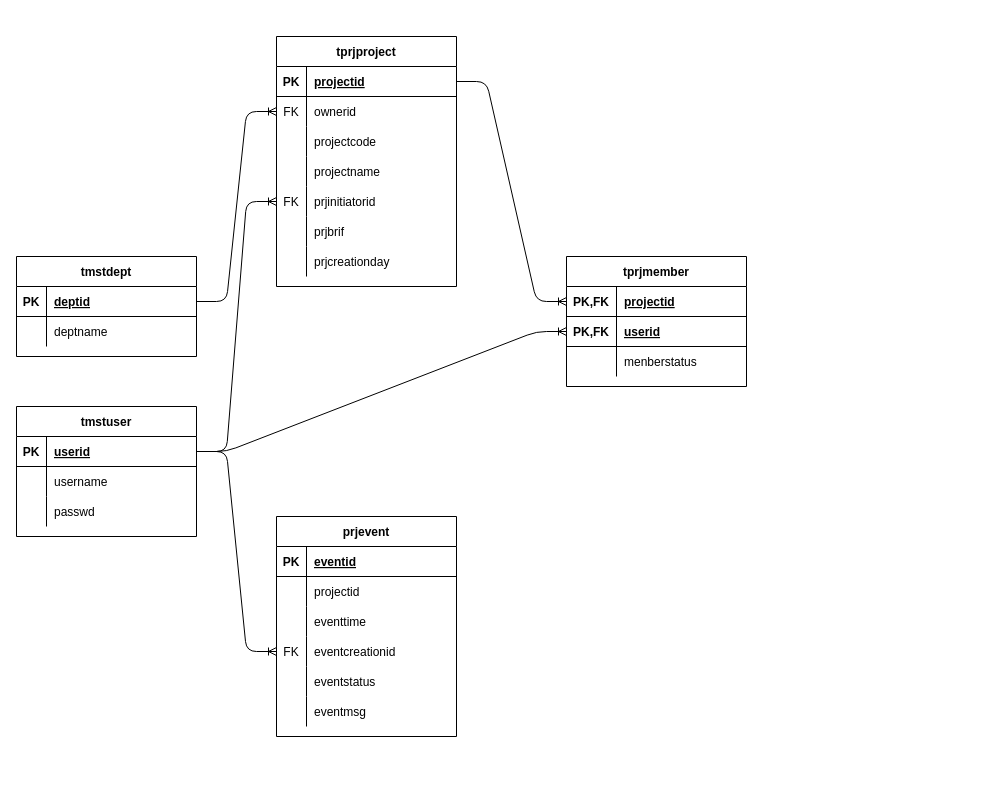
Above: design/ER.drawio in DozingWolf/projectEventSystem (draw.io), before the change. Source tidied: cells renumbered, new cells numbered last; positions are measured from the earlier drawing's top-left corner, leaving out a move shared by most shapes. Both pictures are drawn from the tidied source at 100%, with x=0, y=0 at pixel (16, 36).
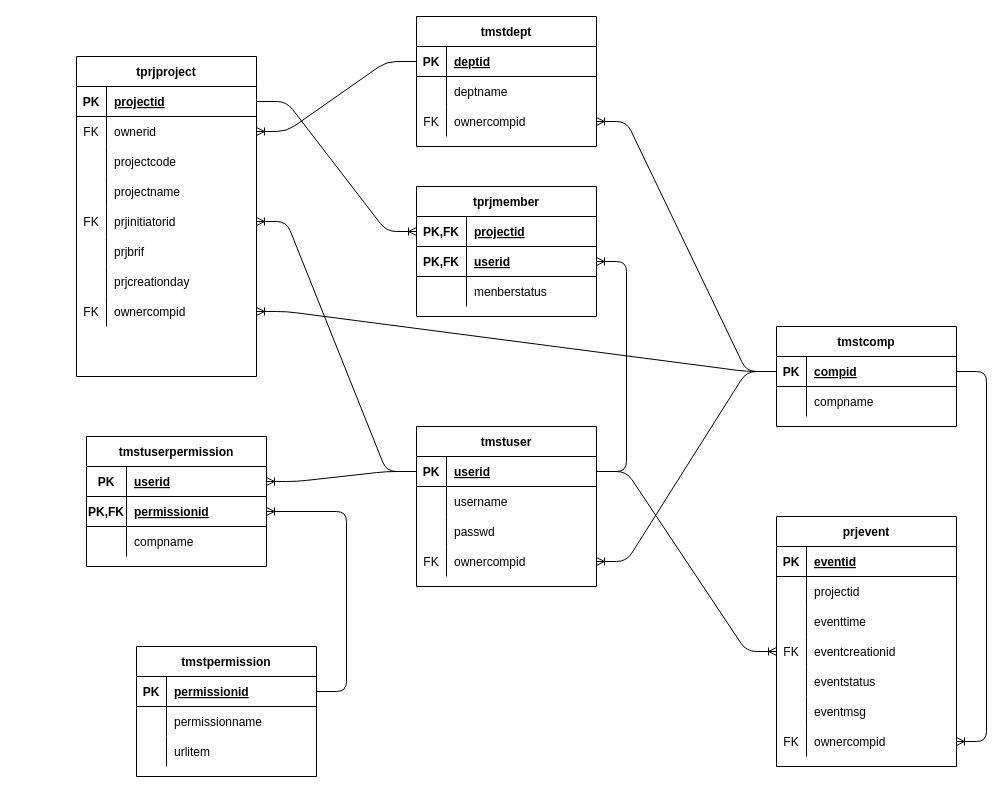
After the change.

Commit message:
ER模型增加货主

后续逐步在系统中增加货主功能

The change refers to these unchanged cells:
```xml
<mxCell id="3" style="shape=partialRectangle;fillColor=none;top=0;left=0;bottom=1;right=0;points=[[0,0.5],[1,0.5]];portConstraint=eastwest;" parent="2" vertex="1">
  <mxGeometry y="30" width="180" height="30" as="geometry" />
</mxCell>
```

The edit, as a diff of the source:
```diff
@@
     <mxCell id="2" value="tmstuser" style="shape=table;startSize=30;childLayout=tableLayout;rowLines=0;fontStyle=1;align=center;swimlaneFillColor=default;" parent="1" vertex="1">
-      <mxGeometry y="370" width="180" height="130" as="geometry" />
+      <mxGeometry x="400" y="390" width="180" height="160" as="geometry" />
     </mxCell>
@@
+    <mxCell id="75" style="shape=partialRectangle;fillColor=none;top=0;left=0;bottom=0;right=0;points=[[0,0.5],[1,0.5]];portConstraint=eastwest;" parent="2" vertex="1">
+      <mxGeometry y="120" width="180" height="30" as="geometry" />
+    </mxCell>
+    <mxCell id="76" value="FK" style="shape=partialRectangle;fillColor=none;top=0;left=0;bottom=0;right=0;overflow=hidden;" parent="75" vertex="1">
+      <mxGeometry width="30" height="30" as="geometry" />
+    </mxCell>
+    <mxCell id="77" value="ownercompid" style="shape=partialRectangle;fillColor=none;top=0;left=0;bottom=0;right=0;align=left;spacingLeft=6;overflow=hidden;" parent="75" vertex="1">
+      <mxGeometry x="30" width="150" height="30" as="geometry" />
+    </mxCell>
     <mxCell id="12" value="tmstdept" style="shape=table;startSize=30;childLayout=tableLayout;rowLines=0;fontStyle=1;align=center;swimlaneFillColor=default;" parent="1" vertex="1">
-      <mxGeometry y="220" width="180" height="100" as="geometry" />
+      <mxGeometry x="400" y="-20" width="180" height="130" as="geometry" />
     </mxCell>
@@
+    <mxCell id="78" style="shape=partialRectangle;fillColor=none;top=0;left=0;bottom=0;right=0;points=[[0,0.5],[1,0.5]];portConstraint=eastwest;" parent="12" vertex="1">
+      <mxGeometry y="90" width="180" height="30" as="geometry" />
+    </mxCell>
+    <mxCell id="79" value="FK" style="shape=partialRectangle;fillColor=none;top=0;left=0;bottom=0;right=0;overflow=hidden;" parent="78" vertex="1">
+      <mxGeometry width="30" height="30" as="geometry" />
+    </mxCell>
+    <mxCell id="80" value="ownercompid" style="shape=partialRectangle;fillColor=none;top=0;left=0;bottom=0;right=0;align=left;spacingLeft=6;overflow=hidden;" parent="78" vertex="1">
+      <mxGeometry x="30" width="150" height="30" as="geometry" />
+    </mxCell>
     <mxCell id="19" value="tprjproject" style="shape=table;startSize=30;childLayout=tableLayout;rowLines=0;fontStyle=1;align=center;swimlaneFillColor=default;" parent="1" vertex="1">
-      <mxGeometry x="260" width="180" height="250" as="geometry" />
+      <mxGeometry x="60" y="20" width="180" height="320" as="geometry" />
     </mxCell>
@@
+    <mxCell id="81" style="shape=partialRectangle;fillColor=none;top=0;left=0;bottom=0;right=0;points=[[0,0.5],[1,0.5]];portConstraint=eastwest;" parent="19" vertex="1">
+      <mxGeometry y="240" width="180" height="30" as="geometry" />
+    </mxCell>
+    <mxCell id="82" value="FK" style="shape=partialRectangle;fillColor=none;top=0;left=0;bottom=0;right=0;overflow=hidden;" parent="81" vertex="1">
+      <mxGeometry width="30" height="30" as="geometry" />
+    </mxCell>
+    <mxCell id="83" value="ownercompid" style="shape=partialRectangle;fillColor=none;top=0;left=0;bottom=0;right=0;align=left;spacingLeft=6;overflow=hidden;" parent="81" vertex="1">
+      <mxGeometry x="30" width="150" height="30" as="geometry" />
+    </mxCell>
@@
     <mxCell id="43" value="prjevent" style="shape=table;startSize=30;childLayout=tableLayout;rowLines=0;fontStyle=1;align=center;swimlaneFillColor=default;" parent="1" vertex="1">
-      <mxGeometry x="260" y="480" width="180" height="220" as="geometry" />
+      <mxGeometry x="760" y="480" width="180" height="250" as="geometry" />
     </mxCell>
@@
+    <mxCell id="84" style="shape=partialRectangle;fillColor=none;top=0;left=0;bottom=0;right=0;points=[[0,0.5],[1,0.5]];portConstraint=eastwest;" parent="43" vertex="1">
+      <mxGeometry y="210" width="180" height="30" as="geometry" />
+    </mxCell>
+    <mxCell id="85" value="FK" style="shape=partialRectangle;fillColor=none;top=0;left=0;bottom=0;right=0;overflow=hidden;" parent="84" vertex="1">
+      <mxGeometry width="30" height="30" as="geometry" />
+    </mxCell>
+    <mxCell id="86" value="ownercompid" style="shape=partialRectangle;fillColor=none;top=0;left=0;bottom=0;right=0;align=left;spacingLeft=6;overflow=hidden;" parent="84" vertex="1">
+      <mxGeometry x="30" width="150" height="30" as="geometry" />
+    </mxCell>
@@
     <mxCell id="63" value="tprjmember" style="shape=table;startSize=30;childLayout=tableLayout;rowLines=0;fontStyle=1;align=center;swimlaneFillColor=default;" parent="1" vertex="1">
-      <mxGeometry x="550" y="220" width="180" height="130" as="geometry" />
+      <mxGeometry x="400" y="150" width="180" height="130" as="geometry" />
     </mxCell>
@@
+    <mxCell id="87" value="tmstcomp" style="shape=table;startSize=30;childLayout=tableLayout;rowLines=0;fontStyle=1;align=center;swimlaneFillColor=default;" parent="1" vertex="1">
+      <mxGeometry x="760" y="290" width="180" height="100" as="geometry" />
+    </mxCell>
+    <mxCell id="88" style="shape=partialRectangle;fillColor=none;top=0;left=0;bottom=1;right=0;points=[[0,0.5],[1,0.5]];portConstraint=eastwest;" parent="87" vertex="1">
+      <mxGeometry y="30" width="180" height="30" as="geometry" />
+    </mxCell>
+    <mxCell id="89" value="PK" style="shape=partialRectangle;fillColor=none;top=0;left=0;bottom=0;right=0;fontStyle=1;overflow=hidden;" parent="88" vertex="1">
+      <mxGeometry width="30" height="30" as="geometry" />
+    </mxCell>
+    <mxCell id="90" value="compid" style="shape=partialRectangle;fillColor=none;top=0;left=0;bottom=0;right=0;align=left;spacingLeft=6;fontStyle=5;overflow=hidden;" parent="88" vertex="1">
+      <mxGeometry x="30" width="150" height="30" as="geometry" />
+    </mxCell>
+    <mxCell id="91" style="shape=partialRectangle;fillColor=none;top=0;left=0;bottom=0;right=0;" parent="87" vertex="1">
+      <mxGeometry y="60" width="180" height="30" as="geometry" />
+    </mxCell>
+    <mxCell id="92" style="shape=partialRectangle;fillColor=none;top=0;left=0;bottom=0;right=0;overflow=hidden;" parent="91" vertex="1">
+      <mxGeometry width="30" height="30" as="geometry" />
+    </mxCell>
+    <mxCell id="93" value="compname" style="shape=partialRectangle;fillColor=none;top=0;left=0;bottom=0;right=0;align=left;spacingLeft=6;overflow=hidden;" parent="91" vertex="1">
+      <mxGeometry x="30" width="150" height="30" as="geometry" />
+    </mxCell>
+    <mxCell id="94" style="edgeStyle=entityRelationEdgeStyle;fontSize=12;html=1;endArrow=ERoneToMany;exitX=0;exitY=0.5;exitDx=0;exitDy=0;" parent="1" edge="1" source="88" target="81">
+      <mxGeometry relative="1" as="geometry" />
+    </mxCell>
+    <mxCell id="95" style="edgeStyle=entityRelationEdgeStyle;fontSize=12;html=1;endArrow=ERoneToMany;" parent="1" edge="1" source="88" target="75">
+      <mxGeometry relative="1" as="geometry" />
+    </mxCell>
+    <mxCell id="96" style="edgeStyle=entityRelationEdgeStyle;fontSize=12;html=1;endArrow=ERoneToMany;" parent="1" edge="1" source="88" target="78">
+      <mxGeometry relative="1" as="geometry" />
+    </mxCell>
+    <mxCell id="97" style="edgeStyle=entityRelationEdgeStyle;fontSize=12;html=1;endArrow=ERoneToMany;" parent="1" edge="1" source="88" target="84">
+      <mxGeometry relative="1" as="geometry" />
+    </mxCell>
+    <mxCell id="98" value="tmstuserpermission" style="shape=table;startSize=30;childLayout=tableLayout;rowLines=0;fontStyle=1;align=center;swimlaneFillColor=default;" parent="1" vertex="1">
+      <mxGeometry x="70" y="400" width="180" height="130" as="geometry" />
+    </mxCell>
+    <mxCell id="99" style="shape=partialRectangle;fillColor=none;top=0;left=0;bottom=1;right=0;points=[[0,0.5],[1,0.5]];portConstraint=eastwest;" parent="98" vertex="1">
+      <mxGeometry y="30" width="180" height="30" as="geometry" />
+    </mxCell>
+    <mxCell id="100" value="PK" style="shape=partialRectangle;fillColor=none;top=0;left=0;bottom=0;right=0;fontStyle=1;overflow=hidden;" parent="99" vertex="1">
+      <mxGeometry width="40" height="30" as="geometry" />
+    </mxCell>
+    <mxCell id="101" value="userid" style="shape=partialRectangle;fillColor=none;top=0;left=0;bottom=0;right=0;align=left;spacingLeft=6;fontStyle=5;overflow=hidden;" parent="99" vertex="1">
+      <mxGeometry x="40" width="140" height="30" as="geometry" />
+    </mxCell>
+    <mxCell id="102" style="shape=partialRectangle;fillColor=none;top=0;left=0;bottom=1;right=0;points=[[0,0.5],[1,0.5]];portConstraint=eastwest;" parent="98" vertex="1">
+      <mxGeometry y="60" width="180" height="30" as="geometry" />
+    </mxCell>
+    <mxCell id="103" value="PK,FK" style="shape=partialRectangle;fillColor=none;top=0;left=0;bottom=0;right=0;fontStyle=1;overflow=hidden;" parent="102" vertex="1">
+      <mxGeometry width="40" height="30" as="geometry" />
+    </mxCell>
+    <mxCell id="104" value="permissionid" style="shape=partialRectangle;fillColor=none;top=0;left=0;bottom=0;right=0;align=left;spacingLeft=6;fontStyle=5;overflow=hidden;" parent="102" vertex="1">
+      <mxGeometry x="40" width="140" height="30" as="geometry" />
+    </mxCell>
+    <mxCell id="105" style="shape=partialRectangle;fillColor=none;top=0;left=0;bottom=0;right=0;" parent="98" vertex="1">
+      <mxGeometry y="90" width="180" height="30" as="geometry" />
+    </mxCell>
+    <mxCell id="106" style="shape=partialRectangle;fillColor=none;top=0;left=0;bottom=0;right=0;overflow=hidden;" parent="105" vertex="1">
+      <mxGeometry width="40" height="30" as="geometry" />
+    </mxCell>
+    <mxCell id="107" value="compname" style="shape=partialRectangle;fillColor=none;top=0;left=0;bottom=0;right=0;align=left;spacingLeft=6;overflow=hidden;" parent="105" vertex="1">
+      <mxGeometry x="40" width="140" height="30" as="geometry" />
+    </mxCell>
+    <mxCell id="108" value="tmstpermission" style="shape=table;startSize=30;childLayout=tableLayout;rowLines=0;fontStyle=1;align=center;swimlaneFillColor=default;" parent="1" vertex="1">
+      <mxGeometry x="120" y="610" width="180" height="130" as="geometry" />
+    </mxCell>
+    <mxCell id="109" style="shape=partialRectangle;fillColor=none;top=0;left=0;bottom=1;right=0;points=[[0,0.5],[1,0.5]];portConstraint=eastwest;" parent="108" vertex="1">
+      <mxGeometry y="30" width="180" height="30" as="geometry" />
+    </mxCell>
+    <mxCell id="110" value="PK" style="shape=partialRectangle;fillColor=none;top=0;left=0;bottom=0;right=0;fontStyle=1;overflow=hidden;" parent="109" vertex="1">
+      <mxGeometry width="30" height="30" as="geometry" />
+    </mxCell>
+    <mxCell id="111" value="permissionid" style="shape=partialRectangle;fillColor=none;top=0;left=0;bottom=0;right=0;align=left;spacingLeft=6;fontStyle=5;overflow=hidden;" parent="109" vertex="1">
+      <mxGeometry x="30" width="150" height="30" as="geometry" />
+    </mxCell>
+    <mxCell id="112" style="shape=partialRectangle;fillColor=none;top=0;left=0;bottom=0;right=0;" parent="108" vertex="1">
+      <mxGeometry y="60" width="180" height="30" as="geometry" />
+    </mxCell>
+    <mxCell id="113" style="shape=partialRectangle;fillColor=none;top=0;left=0;bottom=0;right=0;overflow=hidden;" parent="112" vertex="1">
+      <mxGeometry width="30" height="30" as="geometry" />
+    </mxCell>
+    <mxCell id="114" value="permissionname" style="shape=partialRectangle;fillColor=none;top=0;left=0;bottom=0;right=0;align=left;spacingLeft=6;overflow=hidden;" parent="112" vertex="1">
+      <mxGeometry x="30" width="150" height="30" as="geometry" />
+    </mxCell>
+    <mxCell id="115" style="shape=partialRectangle;fillColor=none;top=0;left=0;bottom=0;right=0;" parent="108" vertex="1">
+      <mxGeometry y="90" width="180" height="30" as="geometry" />
+    </mxCell>
+    <mxCell id="116" style="shape=partialRectangle;fillColor=none;top=0;left=0;bottom=0;right=0;overflow=hidden;" parent="115" vertex="1">
+      <mxGeometry width="30" height="30" as="geometry" />
+    </mxCell>
+    <mxCell id="117" value="urlitem" style="shape=partialRectangle;fillColor=none;top=0;left=0;bottom=0;right=0;align=left;spacingLeft=6;overflow=hidden;" parent="115" vertex="1">
+      <mxGeometry x="30" width="150" height="30" as="geometry" />
+    </mxCell>
+    <mxCell id="118" style="edgeStyle=entityRelationEdgeStyle;fontSize=12;html=1;endArrow=ERoneToMany;" parent="1" edge="1" source="3" target="99">
+      <mxGeometry relative="1" as="geometry" />
+    </mxCell>
+    <mxCell id="119" style="edgeStyle=entityRelationEdgeStyle;fontSize=12;html=1;endArrow=ERoneToMany;" parent="1" edge="1" source="109" target="102">
+      <mxGeometry relative="1" as="geometry" />
+    </mxCell>
```
